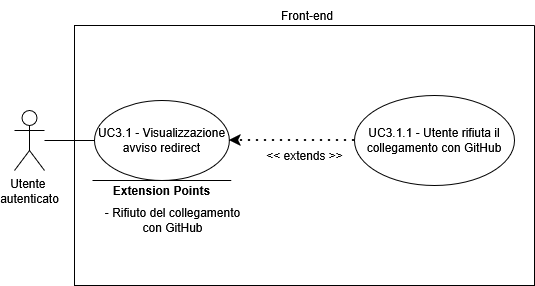
The draw.io diagram assets/diagrams/UC3_1.png in SkarabGroup/DocumentazioneProgetto, before a commit. Source tidied: cells renumbered, new cells last; positions are measured from the earlier drawing's top-left corner, leaving out a move shared by most shapes. The source it was exported from:
```xml
<mxGraphModel>
  <root>
    <mxCell id="0" />
    <mxCell id="1" parent="0" />
    <mxCell id="2" value="&lt;div&gt;Utente&amp;nbsp;&lt;/div&gt;&lt;div&gt;autenticato&lt;/div&gt;" style="shape=umlActor;verticalLabelPosition=bottom;verticalAlign=top;html=1;outlineConnect=0;" parent="1" vertex="1">
      <mxGeometry y="110" width="30" height="60" as="geometry" />
    </mxCell>
    <mxCell id="3" style="swimlane;startSize=0;" parent="1" vertex="1">
      <mxGeometry x="60" y="25" width="460" height="260" as="geometry" />
    </mxCell>
    <mxCell id="4" value="UC3.1 - Visualizzazione avviso redirect" style="ellipse;whiteSpace=wrap;html=1;" parent="3" vertex="1">
      <mxGeometry x="20" y="75" width="134.9" height="80" as="geometry" />
    </mxCell>
    <mxCell id="5" value="UC3.1.1 - Utente rifiuta il collegamento con GitHub" style="ellipse;whiteSpace=wrap;html=1;" parent="3" vertex="1">
      <mxGeometry x="280" y="70" width="160" height="90" as="geometry" />
    </mxCell>
    <mxCell id="6" style="endArrow=classic;dashed=1;html=1;dashPattern=1 3;strokeWidth=2;rounded=0;entryX=1;entryY=0.5;entryDx=0;entryDy=0;exitX=0;exitY=0.5;exitDx=0;exitDy=0;strokeColor=default;curved=0;endFill=1;endSize=6;" parent="3" edge="1" source="5" target="4">
      <mxGeometry relative="1" as="geometry" />
    </mxCell>
    <mxCell id="7" value="&lt;div&gt;&amp;lt;&amp;lt; extends &amp;gt;&amp;gt;&lt;/div&gt;" style="text;html=1;whiteSpace=wrap;strokeColor=none;fillColor=none;align=center;verticalAlign=middle;rounded=0;" parent="3" vertex="1">
      <mxGeometry x="182.5" y="115" width="95" height="30" as="geometry" />
    </mxCell>
    <mxCell id="8" style="endArrow=none;html=1;rounded=0;" parent="3" edge="1">
      <mxGeometry relative="1" as="geometry">
        <mxPoint x="156.8" y="155" as="sourcePoint" />
        <mxPoint x="18" y="155" as="targetPoint" />
      </mxGeometry>
    </mxCell>
    <mxCell id="9" value="&lt;b&gt;Extension Points&lt;/b&gt;" style="text;html=1;whiteSpace=wrap;strokeColor=none;fillColor=none;align=center;verticalAlign=middle;rounded=0;strokeWidth=5;" parent="3" vertex="1">
      <mxGeometry x="29.9" y="150" width="115" height="30" as="geometry" />
    </mxCell>
    <mxCell id="10" value="&lt;div align=&quot;center&quot;&gt;- Rifiuto del collegamento con GitHub&lt;/div&gt;" style="text;html=1;whiteSpace=wrap;strokeColor=none;fillColor=none;align=center;verticalAlign=middle;rounded=0;" parent="3" vertex="1">
      <mxGeometry x="24.9" y="155" width="147" height="80" as="geometry" />
    </mxCell>
    <mxCell id="11" style="endArrow=none;html=1;rounded=0;entryX=0;entryY=0.5;entryDx=0;entryDy=0;" parent="1" edge="1" source="2" target="4">
      <mxGeometry relative="1" as="geometry" />
    </mxCell>
    <mxCell id="12" value="Front-end" style="text;html=1;whiteSpace=wrap;strokeColor=none;fillColor=none;align=center;verticalAlign=middle;rounded=0;" parent="1" vertex="1">
      <mxGeometry x="262.5" width="60" height="30" as="geometry" />
    </mxCell>
  </root>
</mxGraphModel>
```
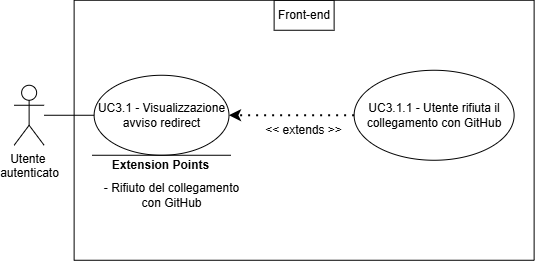
Later version of the same file.

The edit, as a diff of the source:
```diff
@@ -5,38 +5,38 @@
     <mxCell id="2" value="&lt;div&gt;Utente&amp;nbsp;&lt;/div&gt;&lt;div&gt;autenticato&lt;/div&gt;" style="shape=umlActor;verticalLabelPosition=bottom;verticalAlign=top;html=1;outlineConnect=0;" parent="1" vertex="1">
       <mxGeometry y="110" width="30" height="60" as="geometry" />
     </mxCell>
-    <mxCell id="3" style="swimlane;startSize=0;" parent="1" vertex="1">
-      <mxGeometry x="60" y="25" width="460" height="260" as="geometry" />
-    </mxCell>
+    <mxCell id="13" style="swimlane;startSize=0;" parent="1" vertex="1">
+      <mxGeometry x="60" y="25" width="460" height="260" as="geometry" />
+    </mxCell>
-    <mxCell id="4" value="UC3.1 - Visualizzazione avviso redirect" style="ellipse;whiteSpace=wrap;html=1;" parent="3" vertex="1">
+    <mxCell id="4" value="UC3.1 - Visualizzazione avviso redirect" style="ellipse;whiteSpace=wrap;html=1;" parent="13" vertex="1">
       <mxGeometry x="20" y="75" width="134.9" height="80" as="geometry" />
     </mxCell>
-    <mxCell id="5" value="UC3.1.1 - Utente rifiuta il collegamento con GitHub" style="ellipse;whiteSpace=wrap;html=1;" parent="3" vertex="1">
+    <mxCell id="5" value="UC3.1.1 - Utente rifiuta il collegamento con GitHub" style="ellipse;whiteSpace=wrap;html=1;" parent="13" vertex="1">
       <mxGeometry x="280" y="70" width="160" height="90" as="geometry" />
     </mxCell>
-    <mxCell id="6" style="endArrow=classic;dashed=1;html=1;dashPattern=1 3;strokeWidth=2;rounded=0;entryX=1;entryY=0.5;entryDx=0;entryDy=0;exitX=0;exitY=0.5;exitDx=0;exitDy=0;strokeColor=default;curved=0;endFill=1;endSize=6;" parent="3" edge="1" source="5" target="4">
+    <mxCell id="6" style="endArrow=classic;dashed=1;html=1;dashPattern=1 3;strokeWidth=2;rounded=0;entryX=1;entryY=0.5;entryDx=0;entryDy=0;exitX=0;exitY=0.5;exitDx=0;exitDy=0;strokeColor=default;curved=0;endFill=1;endSize=6;" parent="13" edge="1" source="5" target="4">
       <mxGeometry relative="1" as="geometry" />
     </mxCell>
-    <mxCell id="7" value="&lt;div&gt;&amp;lt;&amp;lt; extends &amp;gt;&amp;gt;&lt;/div&gt;" style="text;html=1;whiteSpace=wrap;strokeColor=none;fillColor=none;align=center;verticalAlign=middle;rounded=0;" parent="3" vertex="1">
+    <mxCell id="7" value="&lt;div&gt;&amp;lt;&amp;lt; extends &amp;gt;&amp;gt;&lt;/div&gt;" style="text;html=1;whiteSpace=wrap;strokeColor=none;fillColor=none;align=center;verticalAlign=middle;rounded=0;" parent="13" vertex="1">
       <mxGeometry x="182.5" y="115" width="95" height="30" as="geometry" />
     </mxCell>
-    <mxCell id="8" style="endArrow=none;html=1;rounded=0;" parent="3" edge="1">
-      <mxGeometry relative="1" as="geometry">
-        <mxPoint x="156.8" y="155" as="sourcePoint" />
-        <mxPoint x="18" y="155" as="targetPoint" />
-      </mxGeometry>
-    </mxCell>
+    <mxCell id="14" style="endArrow=none;html=1;rounded=0;" parent="13" edge="1">
+      <mxGeometry relative="1" as="geometry">
+        <mxPoint x="156.8" y="155" as="sourcePoint" />
+        <mxPoint x="18" y="155" as="targetPoint" />
+      </mxGeometry>
+    </mxCell>
-    <mxCell id="9" value="&lt;b&gt;Extension Points&lt;/b&gt;" style="text;html=1;whiteSpace=wrap;strokeColor=none;fillColor=none;align=center;verticalAlign=middle;rounded=0;strokeWidth=5;" parent="3" vertex="1">
+    <mxCell id="9" value="&lt;b&gt;Extension Points&lt;/b&gt;" style="text;html=1;whiteSpace=wrap;strokeColor=none;fillColor=none;align=center;verticalAlign=middle;rounded=0;strokeWidth=5;" parent="13" vertex="1">
       <mxGeometry x="29.9" y="150" width="115" height="30" as="geometry" />
     </mxCell>
-    <mxCell id="10" value="&lt;div align=&quot;center&quot;&gt;- Rifiuto del collegamento con GitHub&lt;/div&gt;" style="text;html=1;whiteSpace=wrap;strokeColor=none;fillColor=none;align=center;verticalAlign=middle;rounded=0;" parent="3" vertex="1">
+    <mxCell id="10" value="&lt;div align=&quot;center&quot;&gt;- Rifiuto del collegamento con GitHub&lt;/div&gt;" style="text;html=1;whiteSpace=wrap;strokeColor=none;fillColor=none;align=center;verticalAlign=middle;rounded=0;" parent="13" vertex="1">
       <mxGeometry x="24.9" y="155" width="147" height="80" as="geometry" />
     </mxCell>
+    <mxCell id="12" value="Front-end" style="text;html=1;whiteSpace=wrap;strokeColor=default;fillColor=none;align=center;verticalAlign=middle;rounded=0;perimeterSpacing=1;" parent="13" vertex="1">
+      <mxGeometry x="200" width="60" height="30" as="geometry" />
+    </mxCell>
     <mxCell id="11" style="endArrow=none;html=1;rounded=0;entryX=0;entryY=0.5;entryDx=0;entryDy=0;" parent="1" edge="1" source="2" target="4">
       <mxGeometry relative="1" as="geometry" />
     </mxCell>
-    <mxCell id="12" value="Front-end" style="text;html=1;whiteSpace=wrap;strokeColor=none;fillColor=none;align=center;verticalAlign=middle;rounded=0;" parent="1" vertex="1">
-      <mxGeometry x="262.5" width="60" height="30" as="geometry" />
-    </mxCell>
   </root>
 </mxGraphModel>
```
